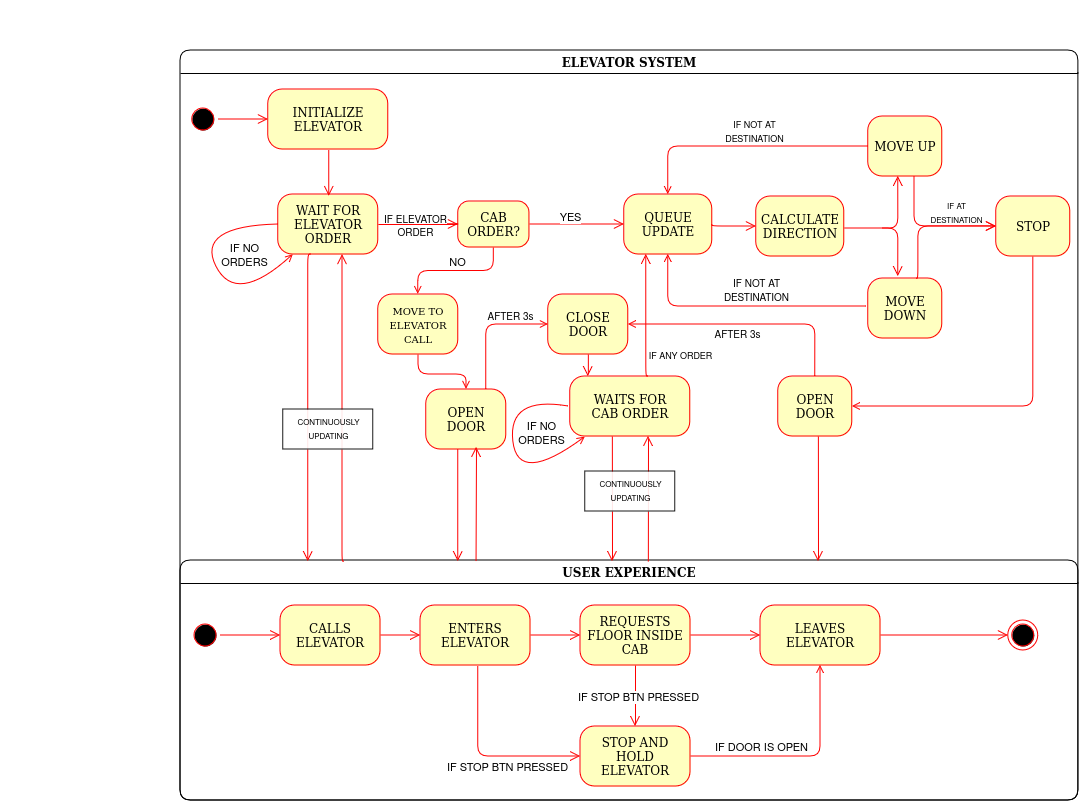
sjur2k/heislab_V2024 keeps this draw.io diagram as Media/tilstandsdiagram.png. Above is the earlier version. Source tidied: cells renumbered, new cells last; positions are measured from the earlier drawing's top-left corner, leaving out a move shared by most shapes.
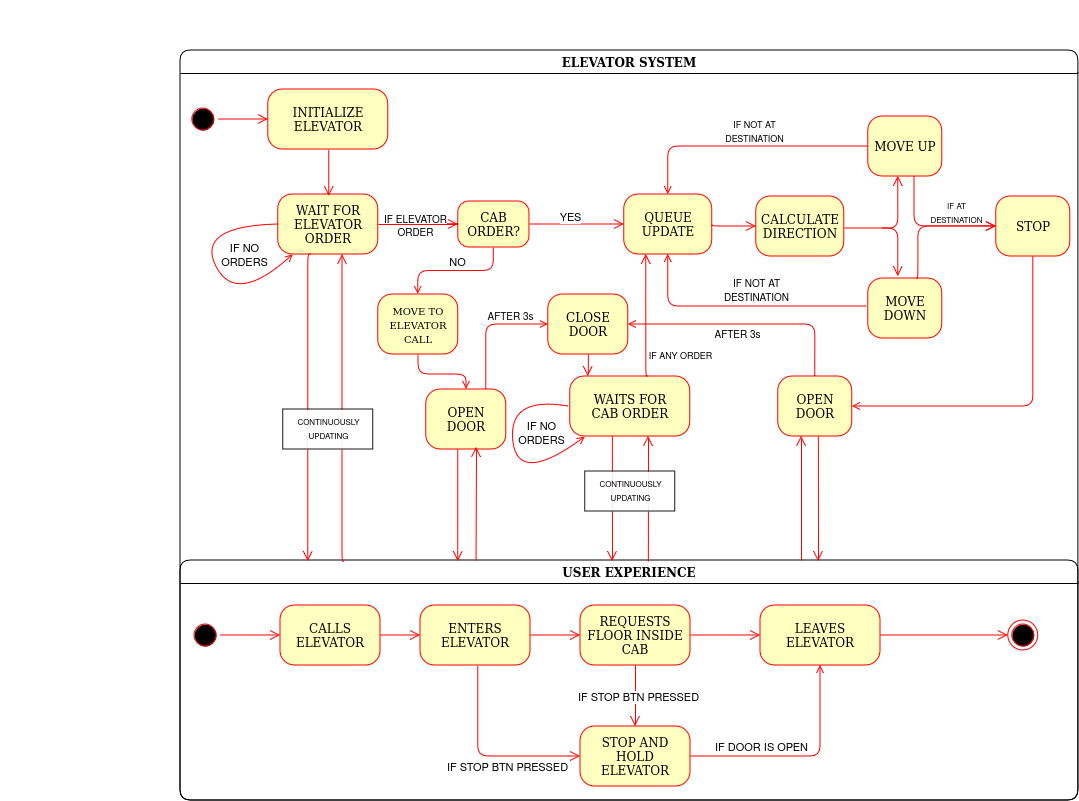
After the change.

What changed in the source:
```diff
@@ -358,5 +358,11 @@
     <mxCell id="78" value="ELEVATOR SYSTEM" style="swimlane;whiteSpace=wrap;html=1;rounded=1;shadow=0;comic=0;labelBackgroundColor=none;strokeWidth=1;fontFamily=Verdana;fontSize=12;align=center;" parent="1" vertex="1">
       <mxGeometry x="180" y="50" width="897.9" height="750" as="geometry" />
     </mxCell>
+    <mxCell id="79" style="edgeStyle=elbowEdgeStyle;html=1;labelBackgroundColor=none;endArrow=open;endSize=8;strokeColor=#ff0000;fontFamily=Verdana;fontSize=12;align=left;" parent="78" edge="1">
+      <mxGeometry relative="1" as="geometry">
+        <mxPoint x="621" y="510" as="sourcePoint" />
+        <mxPoint x="621.2" y="386" as="targetPoint" />
+      </mxGeometry>
+    </mxCell>
   </root>
 </mxGraphModel>
```
